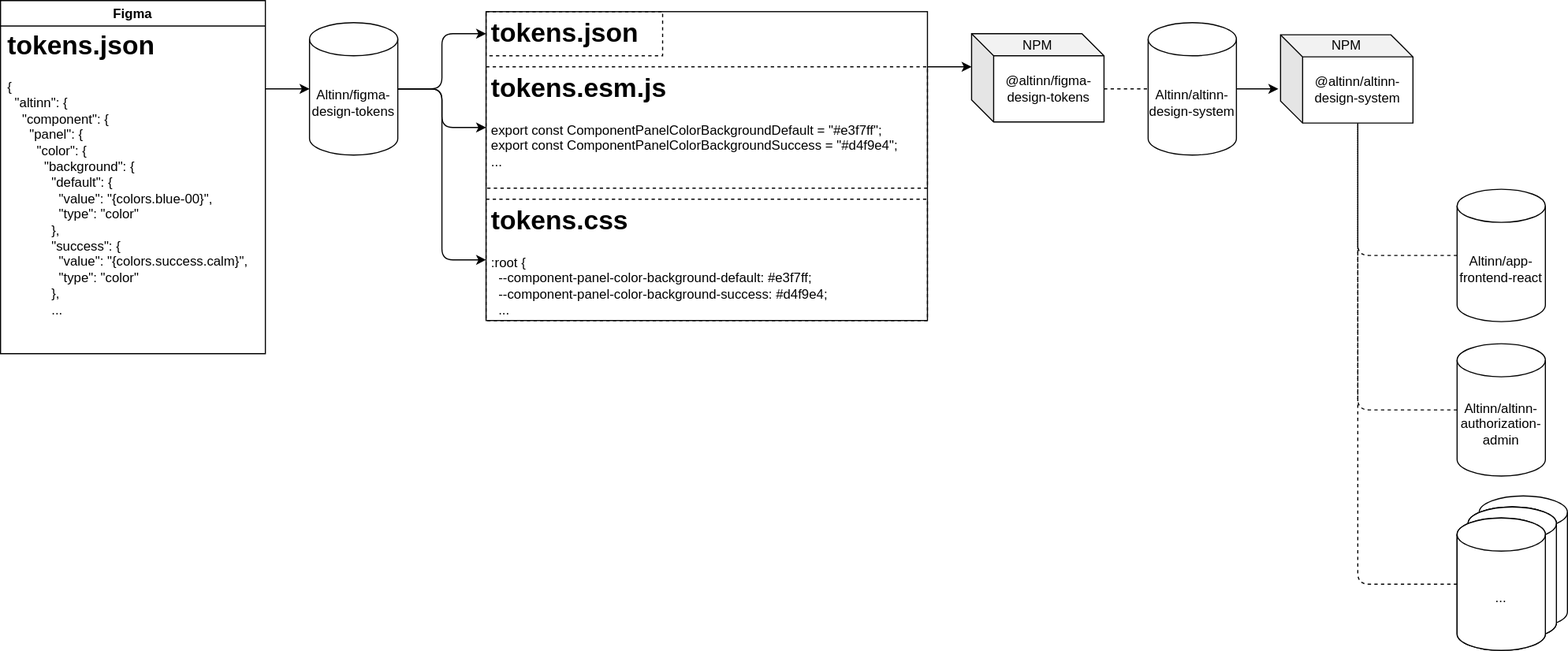
Altinn/altinn-design-system keeps this draw.io diagram as docs/figma-tokens-diagram.svg. Above is the earlier version. Source tidied: cells renumbered, new cells last; positions are measured from the earlier drawing's top-left corner, leaving out a move shared by most shapes.
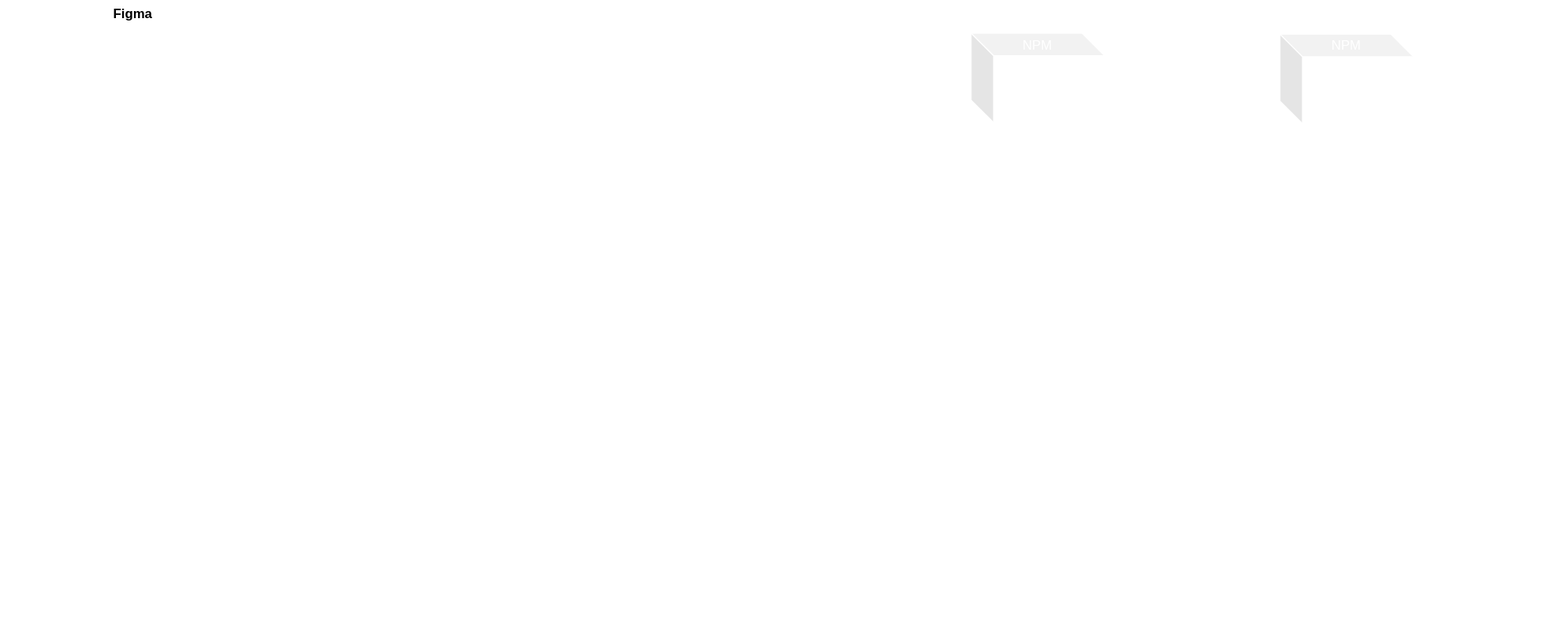
After the change.

Commit message:
chore: fix incorrect colors on diagram

The edit, as a diff of the source:
```diff
@@ -2,31 +2,31 @@
   <root>
     <mxCell id="0" />
     <mxCell id="1" parent="0" />
-    <mxCell id="2" value="@altinn/altinn-design-system" style="shape=cube;whiteSpace=wrap;html=1;boundedLbl=1;backgroundOutline=1;darkOpacity=0.05;darkOpacity2=0.1;" parent="1" vertex="1">
+    <mxCell id="2" value="@altinn/altinn-design-system" style="shape=cube;whiteSpace=wrap;html=1;boundedLbl=1;backgroundOutline=1;darkOpacity=0.05;darkOpacity2=0.1;fillColor=none;fontColor=#FFFFFF;strokeColor=#FFFFFF;" parent="1" vertex="1">
       <mxGeometry x="1160" y="31" width="120" height="80" as="geometry" />
     </mxCell>
-    <mxCell id="3" style="edgeStyle=none;html=1;entryX=0;entryY=0.5;entryDx=0;entryDy=0;entryPerimeter=0;exitX=1;exitY=0.25;exitDx=0;exitDy=0;" parent="1" edge="1" source="29" target="4">
+    <mxCell id="3" style="edgeStyle=none;html=1;entryX=0;entryY=0.5;entryDx=0;entryDy=0;entryPerimeter=0;exitX=1;exitY=0.25;exitDx=0;exitDy=0;strokeColor=#FFFFFF;" parent="1" edge="1" source="29" target="4">
       <mxGeometry relative="1" as="geometry" />
     </mxCell>
-    <mxCell id="4" value="Altinn/figma-design-tokens" style="shape=cylinder3;whiteSpace=wrap;html=1;boundedLbl=1;backgroundOutline=1;size=15;" parent="1" vertex="1">
+    <mxCell id="4" value="Altinn/figma-design-tokens" style="shape=cylinder3;whiteSpace=wrap;html=1;boundedLbl=1;backgroundOutline=1;size=15;fillColor=none;fontColor=#FFFFFF;strokeColor=#FFFFFF;" parent="1" vertex="1">
       <mxGeometry x="280" y="20" width="80" height="120" as="geometry" />
     </mxCell>
-    <mxCell id="5" value="@altinn/figma-design-tokens" style="shape=cube;whiteSpace=wrap;html=1;boundedLbl=1;backgroundOutline=1;darkOpacity=0.05;darkOpacity2=0.1;" parent="1" vertex="1">
+    <mxCell id="5" value="@altinn/figma-design-tokens" style="shape=cube;whiteSpace=wrap;html=1;boundedLbl=1;backgroundOutline=1;darkOpacity=0.05;darkOpacity2=0.1;fillColor=none;fontColor=#FFFFFF;strokeColor=#FFFFFF;" parent="1" vertex="1">
       <mxGeometry x="880" y="30" width="120" height="80" as="geometry" />
     </mxCell>
-    <mxCell id="6" style="group;labelBorderColor=none;strokeColor=default;" parent="1" vertex="1">
+    <mxCell id="6" style="group;labelBorderColor=none;strokeColor=#FFFFFF;" parent="1" vertex="1">
       <mxGeometry x="440" y="10" width="400" height="280" as="geometry" />
     </mxCell>
-    <mxCell id="7" value="&lt;h1&gt;tokens.esm.js&lt;/h1&gt;&lt;p&gt;export const ComponentPanelColorBackgroundDefault = &quot;#e3f7ff&quot;;&lt;br&gt;&lt;span&gt;export const ComponentPanelColorBackgroundSuccess = &quot;#d4f9e4&quot;;&lt;br&gt;...&lt;/span&gt;&lt;/p&gt;" style="text;html=1;strokeColor=default;fillColor=none;spacing=5;spacingTop=-20;whiteSpace=wrap;overflow=hidden;rounded=0;dashed=1;" parent="6" vertex="1">
+    <mxCell id="7" value="&lt;h1&gt;tokens.esm.js&lt;/h1&gt;&lt;p&gt;export const ComponentPanelColorBackgroundDefault = &quot;#e3f7ff&quot;;&lt;br&gt;&lt;span&gt;export const ComponentPanelColorBackgroundSuccess = &quot;#d4f9e4&quot;;&lt;br&gt;...&lt;/span&gt;&lt;/p&gt;" style="text;html=1;strokeColor=#FFFFFF;fillColor=none;spacing=5;spacingTop=-20;whiteSpace=wrap;overflow=hidden;rounded=0;dashed=1;fontColor=#FFFFFF;" parent="6" vertex="1">
       <mxGeometry y="50" width="400" height="110" as="geometry" />
     </mxCell>
-    <mxCell id="8" value="&lt;h1&gt;tokens.json&lt;/h1&gt;&lt;p&gt;&lt;br&gt;&lt;/p&gt;" style="text;html=1;strokeColor=default;fillColor=none;spacing=5;spacingTop=-20;whiteSpace=wrap;overflow=hidden;rounded=0;dashed=1;" parent="6" vertex="1">
+    <mxCell id="8" value="&lt;h1&gt;tokens.json&lt;/h1&gt;&lt;p&gt;&lt;br&gt;&lt;/p&gt;" style="text;html=1;strokeColor=#FFFFFF;fillColor=none;spacing=5;spacingTop=-20;whiteSpace=wrap;overflow=hidden;rounded=0;dashed=1;fontColor=#FFFFFF;" parent="6" vertex="1">
       <mxGeometry width="160" height="40" as="geometry" />
     </mxCell>
-    <mxCell id="9" value="&lt;h1&gt;tokens.css&lt;/h1&gt;&lt;p&gt;:root {&lt;br&gt;&lt;span&gt;&amp;nbsp; --component-panel-color-background-default: #e3f7ff;&lt;br&gt;&lt;/span&gt;&lt;span&gt;&amp;nbsp; --component-panel-color-background-success: #d4f9e4;&lt;br&gt;&lt;/span&gt;&lt;span&gt;&amp;nbsp; ...&lt;/span&gt;&lt;/p&gt;" style="text;html=1;strokeColor=default;fillColor=none;spacing=5;spacingTop=-20;whiteSpace=wrap;overflow=hidden;rounded=0;dashed=1;" parent="6" vertex="1">
+    <mxCell id="9" value="&lt;h1&gt;tokens.css&lt;/h1&gt;&lt;p&gt;:root {&lt;br&gt;&lt;span&gt;&amp;nbsp; --component-panel-color-background-default: #e3f7ff;&lt;br&gt;&lt;/span&gt;&lt;span&gt;&amp;nbsp; --component-panel-color-background-success: #d4f9e4;&lt;br&gt;&lt;/span&gt;&lt;span&gt;&amp;nbsp; ...&lt;/span&gt;&lt;/p&gt;" style="text;html=1;strokeColor=#FFFFFF;fillColor=none;spacing=5;spacingTop=-20;whiteSpace=wrap;overflow=hidden;rounded=0;dashed=1;fontColor=#FFFFFF;" parent="6" vertex="1">
       <mxGeometry y="170" width="400" height="110" as="geometry" />
     </mxCell>
-    <mxCell id="10" style="endArrow=classic;html=1;exitX=1;exitY=0.5;exitDx=0;exitDy=0;exitPerimeter=0;entryX=0;entryY=0.5;entryDx=0;entryDy=0;" parent="1" edge="1" source="4" target="8">
+    <mxCell id="10" style="endArrow=classic;html=1;exitX=1;exitY=0.5;exitDx=0;exitDy=0;exitPerimeter=0;entryX=0;entryY=0.5;entryDx=0;entryDy=0;strokeColor=#FFFFFF;" parent="1" edge="1" source="4" target="8">
       <mxGeometry relative="1" as="geometry">
         <Array as="points">
           <mxPoint x="400" y="80" />
@@ -34,7 +34,7 @@
         </Array>
       </mxGeometry>
     </mxCell>
-    <mxCell id="11" style="endArrow=classic;html=1;entryX=0;entryY=0.5;entryDx=0;entryDy=0;exitX=1;exitY=0.5;exitDx=0;exitDy=0;exitPerimeter=0;" parent="1" edge="1" source="4" target="7">
+    <mxCell id="11" style="endArrow=classic;html=1;entryX=0;entryY=0.5;entryDx=0;entryDy=0;exitX=1;exitY=0.5;exitDx=0;exitDy=0;exitPerimeter=0;strokeColor=#FFFFFF;" parent="1" edge="1" source="4" target="7">
       <mxGeometry relative="1" as="geometry">
         <Array as="points">
           <mxPoint x="400" y="80" />
@@ -42,7 +42,7 @@
         </Array>
       </mxGeometry>
     </mxCell>
-    <mxCell id="12" style="endArrow=classic;html=1;entryX=0;entryY=0.5;entryDx=0;entryDy=0;exitX=1;exitY=0.5;exitDx=0;exitDy=0;exitPerimeter=0;" parent="1" edge="1" source="4" target="9">
+    <mxCell id="12" style="endArrow=classic;html=1;entryX=0;entryY=0.5;entryDx=0;entryDy=0;exitX=1;exitY=0.5;exitDx=0;exitDy=0;exitPerimeter=0;strokeColor=#FFFFFF;" parent="1" edge="1" source="4" target="9">
       <mxGeometry relative="1" as="geometry">
         <Array as="points">
           <mxPoint x="400" y="80" />
@@ -50,83 +50,59 @@
         </Array>
       </mxGeometry>
     </mxCell>
-    <mxCell id="13" style="endArrow=classic;html=1;exitX=1;exitY=0;exitDx=0;exitDy=0;entryX=0;entryY=0;entryDx=0;entryDy=30;entryPerimeter=0;" parent="1" edge="1" source="7" target="5">
+    <mxCell id="13" style="endArrow=classic;html=1;exitX=1;exitY=0;exitDx=0;exitDy=0;entryX=0;entryY=0;entryDx=0;entryDy=30;entryPerimeter=0;strokeColor=#FFFFFF;" parent="1" edge="1" source="7" target="5">
       <mxGeometry relative="1" as="geometry" />
     </mxCell>
-    <mxCell id="14" value="Altinn/altinn-design-system" style="shape=cylinder3;whiteSpace=wrap;html=1;boundedLbl=1;backgroundOutline=1;size=15;" parent="1" vertex="1">
+    <mxCell id="14" value="Altinn/altinn-design-system" style="shape=cylinder3;whiteSpace=wrap;html=1;boundedLbl=1;backgroundOutline=1;size=15;fillColor=none;fontColor=#FFFFFF;strokeColor=#FFFFFF;" parent="1" vertex="1">
       <mxGeometry x="1040" y="20" width="80" height="120" as="geometry" />
     </mxCell>
-    <mxCell id="15" style="endArrow=classic;html=1;exitX=1;exitY=0.5;exitDx=0;exitDy=0;exitPerimeter=0;entryX=-0.017;entryY=0.613;entryDx=0;entryDy=0;entryPerimeter=0;" parent="1" edge="1" source="14" target="2">
+    <mxCell id="15" style="endArrow=classic;html=1;exitX=1;exitY=0.5;exitDx=0;exitDy=0;exitPerimeter=0;entryX=-0.017;entryY=0.613;entryDx=0;entryDy=0;entryPerimeter=0;strokeColor=#FFFFFF;" parent="1" edge="1" source="14" target="2">
       <mxGeometry relative="1" as="geometry" />
     </mxCell>
-    <mxCell id="16" value="Altinn/app-frontend-react" style="shape=cylinder3;whiteSpace=wrap;html=1;boundedLbl=1;backgroundOutline=1;size=15;" parent="1" vertex="1">
+    <mxCell id="16" value="Altinn/app-frontend-react" style="shape=cylinder3;whiteSpace=wrap;html=1;boundedLbl=1;backgroundOutline=1;size=15;fillColor=none;fontColor=#FFFFFF;strokeColor=#FFFFFF;" parent="1" vertex="1">
       <mxGeometry x="1320" y="171" width="80" height="120" as="geometry" />
     </mxCell>
-    <mxCell id="17" value="Altinn/altinn-authorization-admin" style="shape=cylinder3;whiteSpace=wrap;html=1;boundedLbl=1;backgroundOutline=1;size=15;" parent="1" vertex="1">
+    <mxCell id="17" value="Altinn/altinn-authorization-admin" style="shape=cylinder3;whiteSpace=wrap;html=1;boundedLbl=1;backgroundOutline=1;size=15;fillColor=none;fontColor=#FFFFFF;strokeColor=#FFFFFF;" parent="1" vertex="1">
       <mxGeometry x="1320" y="311" width="80" height="120" as="geometry" />
     </mxCell>
-    <mxCell id="18" style="group;" parent="1" vertex="1">
-      <mxGeometry x="1320" y="449" width="100" height="140" as="geometry" />
-    </mxCell>
-    <mxCell id="19" style="group;" parent="18" vertex="1">
-      <mxGeometry x="10" width="90" height="130" as="geometry" />
-    </mxCell>
-    <mxCell id="20" style="shape=cylinder3;whiteSpace=wrap;html=1;boundedLbl=1;backgroundOutline=1;size=15;" parent="19" vertex="1">
-      <mxGeometry x="10" width="80" height="120" as="geometry" />
-    </mxCell>
-    <mxCell id="21" value="Altinn/altinn-authorization-admin" style="shape=cylinder3;whiteSpace=wrap;html=1;boundedLbl=1;backgroundOutline=1;size=15;" parent="19" vertex="1">
-      <mxGeometry y="10" width="80" height="120" as="geometry" />
-    </mxCell>
-    <mxCell id="22" value="..." style="shape=cylinder3;whiteSpace=wrap;html=1;boundedLbl=1;backgroundOutline=1;size=15;" parent="19" vertex="1">
-      <mxGeometry y="10" width="80" height="120" as="geometry" />
-    </mxCell>
-    <mxCell id="23" style="group;" parent="18" vertex="1">
-      <mxGeometry y="10" width="90" height="130" as="geometry" />
-    </mxCell>
-    <mxCell id="24" style="shape=cylinder3;whiteSpace=wrap;html=1;boundedLbl=1;backgroundOutline=1;size=15;" parent="23" vertex="1">
-      <mxGeometry x="10" width="80" height="120" as="geometry" />
-    </mxCell>
-    <mxCell id="25" value="Altinn/altinn-authorization-admin" style="shape=cylinder3;whiteSpace=wrap;html=1;boundedLbl=1;backgroundOutline=1;size=15;" parent="23" vertex="1">
-      <mxGeometry y="10" width="80" height="120" as="geometry" />
-    </mxCell>
-    <mxCell id="26" value="..." style="shape=cylinder3;whiteSpace=wrap;html=1;boundedLbl=1;backgroundOutline=1;size=15;" parent="23" vertex="1">
-      <mxGeometry y="10" width="80" height="120" as="geometry" />
-    </mxCell>
-    <mxCell id="27" style="endArrow=none;dashed=1;html=1;entryX=0;entryY=0;entryDx=70;entryDy=80;entryPerimeter=0;exitX=0;exitY=0.5;exitDx=0;exitDy=0;exitPerimeter=0;" parent="1" edge="1" source="17" target="2">
+    <mxCell id="27" style="endArrow=none;dashed=1;html=1;entryX=0;entryY=0;entryDx=70;entryDy=80;entryPerimeter=0;exitX=0;exitY=0.5;exitDx=0;exitDy=0;exitPerimeter=0;strokeColor=#FFFFFF;" parent="1" edge="1" source="17" target="2">
       <mxGeometry relative="1" as="geometry">
         <Array as="points">
           <mxPoint x="1230" y="371" />
         </Array>
       </mxGeometry>
     </mxCell>
-    <mxCell id="28" style="endArrow=none;dashed=1;html=1;entryX=0;entryY=0;entryDx=70;entryDy=80;entryPerimeter=0;exitX=0;exitY=0.5;exitDx=0;exitDy=0;exitPerimeter=0;" parent="1" edge="1" source="26" target="2">
+    <mxCell id="28" style="endArrow=none;dashed=1;html=1;entryX=0;entryY=0;entryDx=70;entryDy=80;entryPerimeter=0;exitX=0;exitY=0.5;exitDx=0;exitDy=0;exitPerimeter=0;strokeColor=#FFFFFF;" parent="1" edge="1" source="26" target="2">
       <mxGeometry relative="1" as="geometry">
         <Array as="points">
-          <mxPoint x="1230" y="529" />
+          <mxPoint x="1230" y="510" />
         </Array>
       </mxGeometry>
     </mxCell>
-    <mxCell id="29" value="Figma" style="swimlane;labelBorderColor=none;strokeColor=default;" parent="1" vertex="1">
+    <mxCell id="29" value="Figma" style="swimlane;labelBorderColor=none;strokeColor=#FFFFFF;" parent="1" vertex="1">
       <mxGeometry width="240" height="320" as="geometry" />
     </mxCell>
-    <mxCell id="30" value="&lt;h1 style=&quot;text-align: left&quot;&gt;tokens.json&lt;/h1&gt;&lt;p style=&quot;text-align: left&quot;&gt;{&lt;br&gt;&amp;nbsp; &quot;altinn&quot;: {&lt;br&gt;&amp;nbsp; &amp;nbsp; &quot;component&quot;: {&lt;br&gt;&amp;nbsp; &amp;nbsp; &amp;nbsp; &quot;panel&quot;: {&lt;br&gt;&amp;nbsp; &amp;nbsp; &amp;nbsp; &amp;nbsp; &quot;color&quot;: {&lt;br&gt;&amp;nbsp; &amp;nbsp; &amp;nbsp; &amp;nbsp; &amp;nbsp; &quot;background&quot;: {&lt;br&gt;&amp;nbsp; &amp;nbsp; &amp;nbsp; &amp;nbsp; &amp;nbsp; &amp;nbsp; &quot;default&quot;: {&lt;br&gt;&amp;nbsp; &amp;nbsp; &amp;nbsp; &amp;nbsp; &amp;nbsp; &amp;nbsp; &amp;nbsp; &quot;value&quot;: &quot;{colors.blue-00}&quot;,&lt;br&gt;&amp;nbsp; &amp;nbsp; &amp;nbsp; &amp;nbsp; &amp;nbsp; &amp;nbsp; &amp;nbsp; &quot;type&quot;: &quot;color&quot;&lt;br&gt;&amp;nbsp; &amp;nbsp; &amp;nbsp; &amp;nbsp; &amp;nbsp; &amp;nbsp; },&lt;br&gt;&amp;nbsp; &amp;nbsp; &amp;nbsp; &amp;nbsp; &amp;nbsp; &amp;nbsp; &quot;success&quot;: {&lt;br&gt;&amp;nbsp; &amp;nbsp; &amp;nbsp; &amp;nbsp; &amp;nbsp; &amp;nbsp; &amp;nbsp; &quot;value&quot;: &quot;{colors.success.calm}&quot;,&lt;br&gt;&amp;nbsp; &amp;nbsp; &amp;nbsp; &amp;nbsp; &amp;nbsp; &amp;nbsp; &amp;nbsp; &quot;type&quot;: &quot;color&quot;&lt;br&gt;&amp;nbsp; &amp;nbsp; &amp;nbsp; &amp;nbsp; &amp;nbsp; &amp;nbsp; },&lt;br&gt;&amp;nbsp; &amp;nbsp; &amp;nbsp; &amp;nbsp; &amp;nbsp; &amp;nbsp; ...&lt;/p&gt;" style="text;html=1;align=center;verticalAlign=middle;strokeColor=none;fillColor=none;" parent="29" vertex="1">
+    <mxCell id="30" value="&lt;h1 style=&quot;text-align: left&quot;&gt;tokens.json&lt;/h1&gt;&lt;p style=&quot;text-align: left&quot;&gt;{&lt;br&gt;&amp;nbsp; &quot;altinn&quot;: {&lt;br&gt;&amp;nbsp; &amp;nbsp; &quot;component&quot;: {&lt;br&gt;&amp;nbsp; &amp;nbsp; &amp;nbsp; &quot;panel&quot;: {&lt;br&gt;&amp;nbsp; &amp;nbsp; &amp;nbsp; &amp;nbsp; &quot;color&quot;: {&lt;br&gt;&amp;nbsp; &amp;nbsp; &amp;nbsp; &amp;nbsp; &amp;nbsp; &quot;background&quot;: {&lt;br&gt;&amp;nbsp; &amp;nbsp; &amp;nbsp; &amp;nbsp; &amp;nbsp; &amp;nbsp; &quot;default&quot;: {&lt;br&gt;&amp;nbsp; &amp;nbsp; &amp;nbsp; &amp;nbsp; &amp;nbsp; &amp;nbsp; &amp;nbsp; &quot;value&quot;: &quot;{colors.blue-00}&quot;,&lt;br&gt;&amp;nbsp; &amp;nbsp; &amp;nbsp; &amp;nbsp; &amp;nbsp; &amp;nbsp; &amp;nbsp; &quot;type&quot;: &quot;color&quot;&lt;br&gt;&amp;nbsp; &amp;nbsp; &amp;nbsp; &amp;nbsp; &amp;nbsp; &amp;nbsp; },&lt;br&gt;&amp;nbsp; &amp;nbsp; &amp;nbsp; &amp;nbsp; &amp;nbsp; &amp;nbsp; &quot;success&quot;: {&lt;br&gt;&amp;nbsp; &amp;nbsp; &amp;nbsp; &amp;nbsp; &amp;nbsp; &amp;nbsp; &amp;nbsp; &quot;value&quot;: &quot;{colors.success.calm}&quot;,&lt;br&gt;&amp;nbsp; &amp;nbsp; &amp;nbsp; &amp;nbsp; &amp;nbsp; &amp;nbsp; &amp;nbsp; &quot;type&quot;: &quot;color&quot;&lt;br&gt;&amp;nbsp; &amp;nbsp; &amp;nbsp; &amp;nbsp; &amp;nbsp; &amp;nbsp; },&lt;br&gt;&amp;nbsp; &amp;nbsp; &amp;nbsp; &amp;nbsp; &amp;nbsp; &amp;nbsp; ...&lt;/p&gt;" style="text;html=1;align=center;verticalAlign=middle;strokeColor=none;fillColor=none;color: red;fontColor=#FFFFFF;" parent="29" vertex="1">
       <mxGeometry y="20" width="230" height="270" as="geometry" />
     </mxCell>
-    <mxCell id="31" value="NPM" style="text;html=1;strokeColor=none;fillColor=none;align=center;verticalAlign=middle;whiteSpace=wrap;rounded=0;" parent="1" vertex="1">
+    <mxCell id="31" value="NPM" style="text;html=1;strokeColor=none;fillColor=none;align=center;verticalAlign=middle;whiteSpace=wrap;rounded=0;fontColor=#FFFFFF;" parent="1" vertex="1">
       <mxGeometry x="910" y="26" width="60" height="30" as="geometry" />
     </mxCell>
-    <mxCell id="32" value="NPM" style="text;html=1;strokeColor=none;fillColor=none;align=center;verticalAlign=middle;whiteSpace=wrap;rounded=0;" parent="1" vertex="1">
+    <mxCell id="32" value="NPM" style="text;html=1;strokeColor=none;fillColor=none;align=center;verticalAlign=middle;whiteSpace=wrap;rounded=0;fontColor=#FFFFFF;" parent="1" vertex="1">
       <mxGeometry x="1190" y="26" width="60" height="30" as="geometry" />
     </mxCell>
-    <mxCell id="33" style="endArrow=none;dashed=1;html=1;entryX=0;entryY=0;entryDx=70;entryDy=80;entryPerimeter=0;exitX=0;exitY=0.5;exitDx=0;exitDy=0;exitPerimeter=0;" parent="1" edge="1" source="16" target="2">
+    <mxCell id="33" style="endArrow=none;dashed=1;html=1;entryX=0;entryY=0;entryDx=70;entryDy=80;entryPerimeter=0;exitX=0;exitY=0.5;exitDx=0;exitDy=0;exitPerimeter=0;strokeColor=#FFFFFF;" parent="1" edge="1" source="16" target="2">
       <mxGeometry relative="1" as="geometry">
         <Array as="points">
           <mxPoint x="1230" y="231" />
         </Array>
       </mxGeometry>
     </mxCell>
-    <mxCell id="34" style="endArrow=none;dashed=1;html=1;exitX=0;exitY=0;exitDx=120;exitDy=50;exitPerimeter=0;entryX=0;entryY=0.5;entryDx=0;entryDy=0;entryPerimeter=0;" parent="1" edge="1" source="5" target="14">
+    <mxCell id="34" style="endArrow=none;dashed=1;html=1;exitX=0;exitY=0;exitDx=120;exitDy=50;exitPerimeter=0;entryX=0;entryY=0.5;entryDx=0;entryDy=0;entryPerimeter=0;strokeColor=#FFFFFF;" parent="1" edge="1" source="5" target="14">
       <mxGeometry relative="1" as="geometry" />
     </mxCell>
+    <mxCell id="26" value="..." style="shape=cylinder3;whiteSpace=wrap;html=1;boundedLbl=1;backgroundOutline=1;size=15;fillColor=none;fontColor=#FFFFFF;strokeColor=#FFFFFF;" parent="1" vertex="1">
+      <mxGeometry x="1320" y="450" width="80" height="120" as="geometry" />
+    </mxCell>
   </root>
 </mxGraphModel>
```
